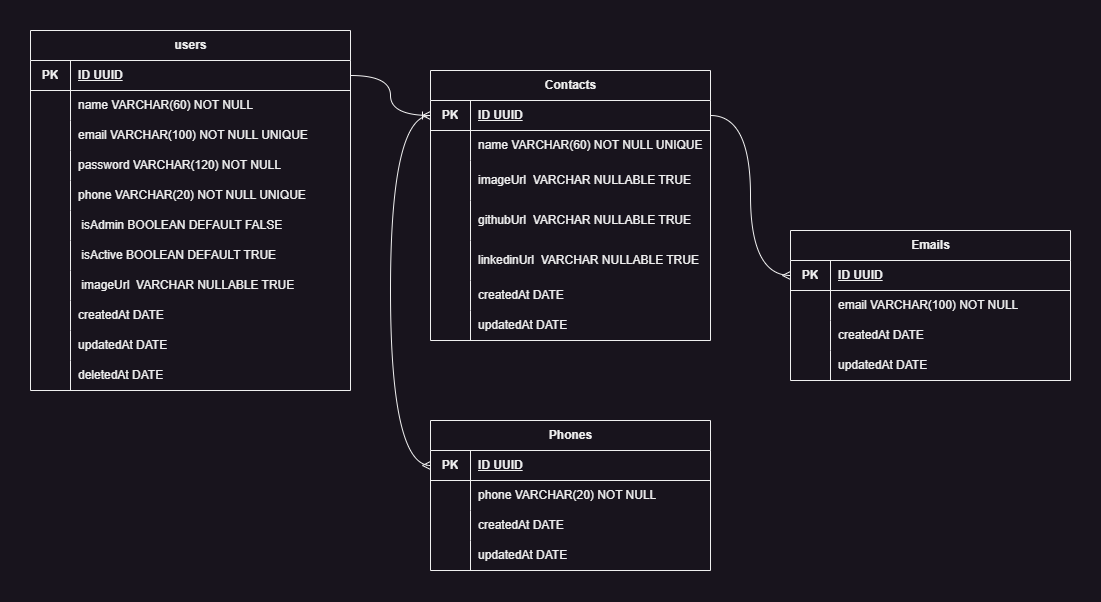
Before: ContactsListApi-Diagram.png, a diagram exported from draw.io (JSDiniz/ContactsListApi). Source tidied: cells renumbered, new cells last; positions are measured from the earlier drawing's top-left corner, leaving out a move shared by most shapes.
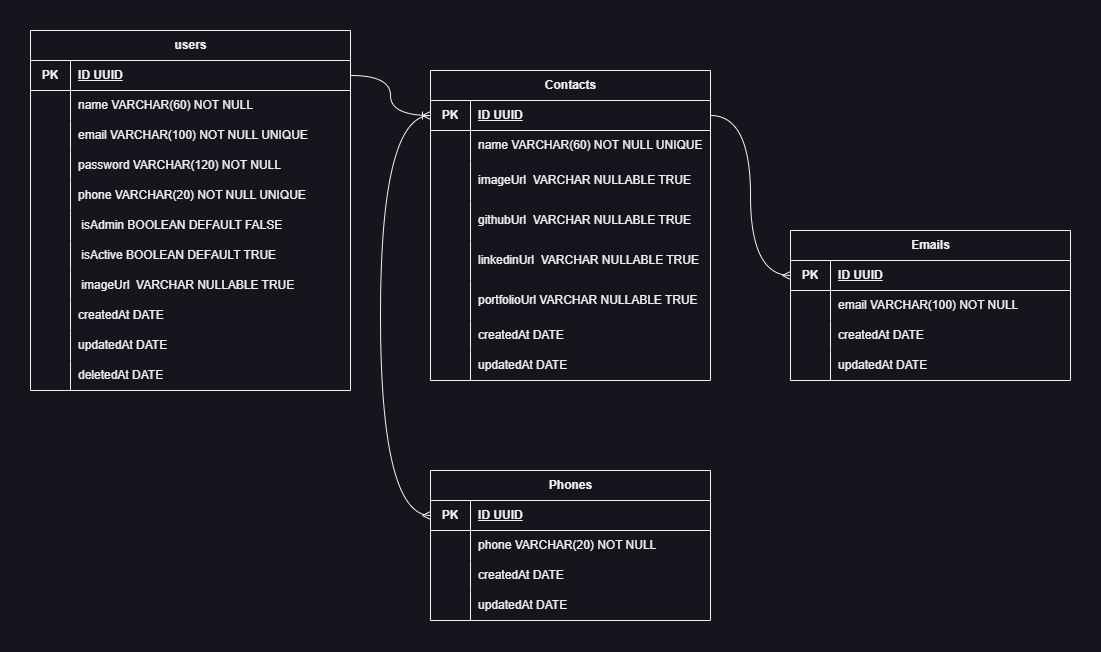
After the commit.

Commit message:
feat: add portfolioUrl in Diagram

What changed in the source:
```diff
@@ -105,7 +105,7 @@
       <mxGeometry x="40" width="280" height="30" as="geometry" />
     </mxCell>
     <mxCell id="36" value="Contacts" style="shape=table;startSize=30;rowLines=0;fontStyle=1;align=center;html=1;" parent="1" vertex="1">
-      <mxGeometry x="400" y="40" width="280" height="270" as="geometry" />
+      <mxGeometry x="400" y="40" width="280" height="310" as="geometry" />
     </mxCell>
     <mxCell id="37" style="shape=tableRow;horizontal=0;startSize=0;swimlaneHead=0;swimlaneBody=0;fillColor=none;points=[[0,0.5],[1,0.5]];portConstraint=eastwest;top=0;left=0;right=0;bottom=1;" parent="36" vertex="1">
       <mxGeometry y="30" width="280" height="30" as="geometry" />
@@ -152,8 +152,17 @@
     <mxCell id="51" value="linkedinUrl&amp;nbsp; VARCHAR&amp;nbsp;NULLABLE TRUE" style="shape=partialRectangle;fillColor=none;top=0;left=0;bottom=0;right=0;align=left;spacingLeft=6;overflow=hidden;whiteSpace=wrap;html=1;" parent="49" vertex="1">
       <mxGeometry x="40" width="240" height="40" as="geometry" />
     </mxCell>
+    <mxCell id="87" style="shape=tableRow;horizontal=0;startSize=0;swimlaneHead=0;swimlaneBody=0;fillColor=none;top=0;left=0;right=0;bottom=0;" parent="36" vertex="1">
+      <mxGeometry y="210" width="280" height="40" as="geometry" />
+    </mxCell>
+    <mxCell id="88" style="shape=partialRectangle;fillColor=none;top=0;left=0;bottom=0;right=0;overflow=hidden;whiteSpace=wrap;html=1;" parent="87" vertex="1">
+      <mxGeometry width="40" height="40" as="geometry" />
+    </mxCell>
+    <mxCell id="89" value="portfolioUrl VARCHAR&amp;nbsp;NULLABLE TRUE" style="shape=partialRectangle;fillColor=none;top=0;left=0;bottom=0;right=0;align=left;spacingLeft=6;overflow=hidden;whiteSpace=wrap;html=1;" parent="87" vertex="1">
+      <mxGeometry x="40" width="240" height="40" as="geometry" />
+    </mxCell>
     <mxCell id="52" style="shape=tableRow;horizontal=0;startSize=0;swimlaneHead=0;swimlaneBody=0;fillColor=none;top=0;left=0;right=0;bottom=0;" parent="36" vertex="1">
-      <mxGeometry y="210" width="280" height="30" as="geometry" />
+      <mxGeometry y="250" width="280" height="30" as="geometry" />
     </mxCell>
     <mxCell id="53" style="shape=partialRectangle;fillColor=none;top=0;left=0;bottom=0;right=0;overflow=hidden;whiteSpace=wrap;html=1;" parent="52" vertex="1">
       <mxGeometry width="40" height="30" as="geometry" />
@@ -162,7 +171,7 @@
       <mxGeometry x="40" width="240" height="30" as="geometry" />
     </mxCell>
     <mxCell id="55" style="shape=tableRow;horizontal=0;startSize=0;swimlaneHead=0;swimlaneBody=0;fillColor=none;top=0;left=0;right=0;bottom=0;" parent="36" vertex="1">
-      <mxGeometry y="240" width="280" height="30" as="geometry" />
+      <mxGeometry y="280" width="280" height="30" as="geometry" />
     </mxCell>
     <mxCell id="56" style="shape=partialRectangle;fillColor=none;top=0;left=0;bottom=0;right=0;overflow=hidden;whiteSpace=wrap;html=1;" parent="55" vertex="1">
       <mxGeometry width="40" height="30" as="geometry" />
@@ -171,7 +180,7 @@
       <mxGeometry x="40" width="240" height="30" as="geometry" />
     </mxCell>
     <mxCell id="58" value="Phones" style="shape=table;startSize=30;rowLines=0;fontStyle=1;align=center;html=1;" parent="1" vertex="1">
-      <mxGeometry x="400" y="390" width="280" height="150" as="geometry" />
+      <mxGeometry x="400" y="440" width="280" height="150" as="geometry" />
     </mxCell>
     <mxCell id="59" style="shape=tableRow;horizontal=0;startSize=0;swimlaneHead=0;swimlaneBody=0;fillColor=none;points=[[0,0.5],[1,0.5]];portConstraint=eastwest;top=0;left=0;right=0;bottom=1;" parent="58" vertex="1">
       <mxGeometry y="30" width="280" height="30" as="geometry" />
@@ -251,11 +260,11 @@
     <mxCell id="84" style="edgeStyle=orthogonalEdgeStyle;fontSize=12;html=1;endArrow=ERoneToMany;rounded=0;exitX=1;exitY=0.5;exitDx=0;exitDy=0;entryX=0;entryY=0.5;entryDx=0;entryDy=0;curved=1;" parent="1" edge="1" source="3" target="37">
       <mxGeometry relative="1" as="geometry" />
     </mxCell>
-    <mxCell id="85" style="edgeStyle=orthogonalEdgeStyle;fontSize=12;html=1;endArrow=ERmany;rounded=0;entryX=0;entryY=0.5;entryDx=0;entryDy=0;exitX=0;exitY=0.5;exitDx=0;exitDy=0;curved=1;" parent="1" edge="1" source="37" target="59">
+    <mxCell id="85" style="edgeStyle=orthogonalEdgeStyle;fontSize=12;html=1;endArrow=ERmany;rounded=0;entryX=0;entryY=0.5;entryDx=0;entryDy=0;exitX=0;exitY=0.5;exitDx=0;exitDy=0;elbow=vertical;curved=1;" parent="1" edge="1" source="37" target="59">
       <mxGeometry relative="1" as="geometry">
         <Array as="points">
-          <mxPoint x="360" y="85" />
-          <mxPoint x="360" y="435" />
+          <mxPoint x="350" y="85" />
+          <mxPoint x="350" y="485" />
         </Array>
       </mxGeometry>
     </mxCell>
```
